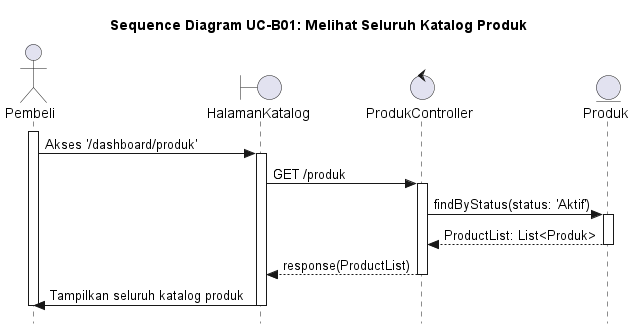
Earlier version of the PlantUML export out/UC-B01/SD-UC-B01_MelihatKatalog.png (alfiahnurfa/RSI-PROYEK-AKHIR-SEQUENCE).
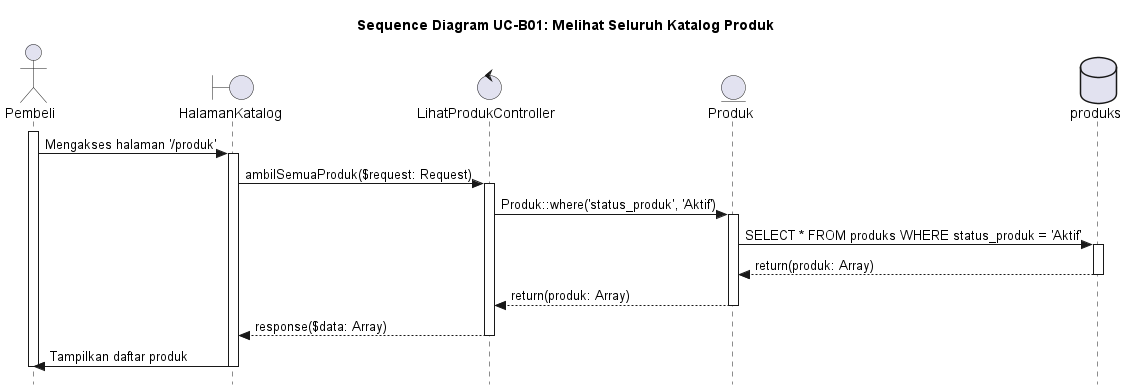
The same diagram one commit later.

The edit, as a diff of the source:
```diff
@@ -4,26 +4,32 @@
 
 actor Pembeli
 boundary HalamanKatalog
-control ProdukController
+control LihatProdukController
 entity Produk
+database produks
 
 activate Pembeli
-Pembeli -> HalamanKatalog : Akses '/dashboard/produk'
+Pembeli -> HalamanKatalog : Mengakses halaman '/produk'
 activate HalamanKatalog
 
-HalamanKatalog -> ProdukController : GET /produk
-activate ProdukController
+HalamanKatalog -> LihatProdukController : ambilSemuaProduk($request: Request)
+activate LihatProdukController
 
-ProdukController -> Produk : findByStatus(status: 'Aktif')
+LihatProdukController -> Produk : Produk::where('status_produk', 'Aktif')
 activate Produk
-Produk --> ProdukController : ProductList: List<Produk>
+
+Produk -> produks : SELECT * FROM produks WHERE status_produk = 'Aktif'
+activate produks
+produks --> Produk : return(produk: Array)
+deactivate produks
+
+Produk --> LihatProdukController : return(produk: Array)
 deactivate Produk
 
-ProdukController --> HalamanKatalog : response(ProductList)
-deactivate ProdukController
+LihatProdukController --> HalamanKatalog : response($data: Array)
+deactivate LihatProdukController
 
-HalamanKatalog -> Pembeli : Tampilkan seluruh katalog produk
+HalamanKatalog -> Pembeli : Tampilkan daftar produk
 deactivate HalamanKatalog
 deactivate Pembeli
-
 @enduml
```
